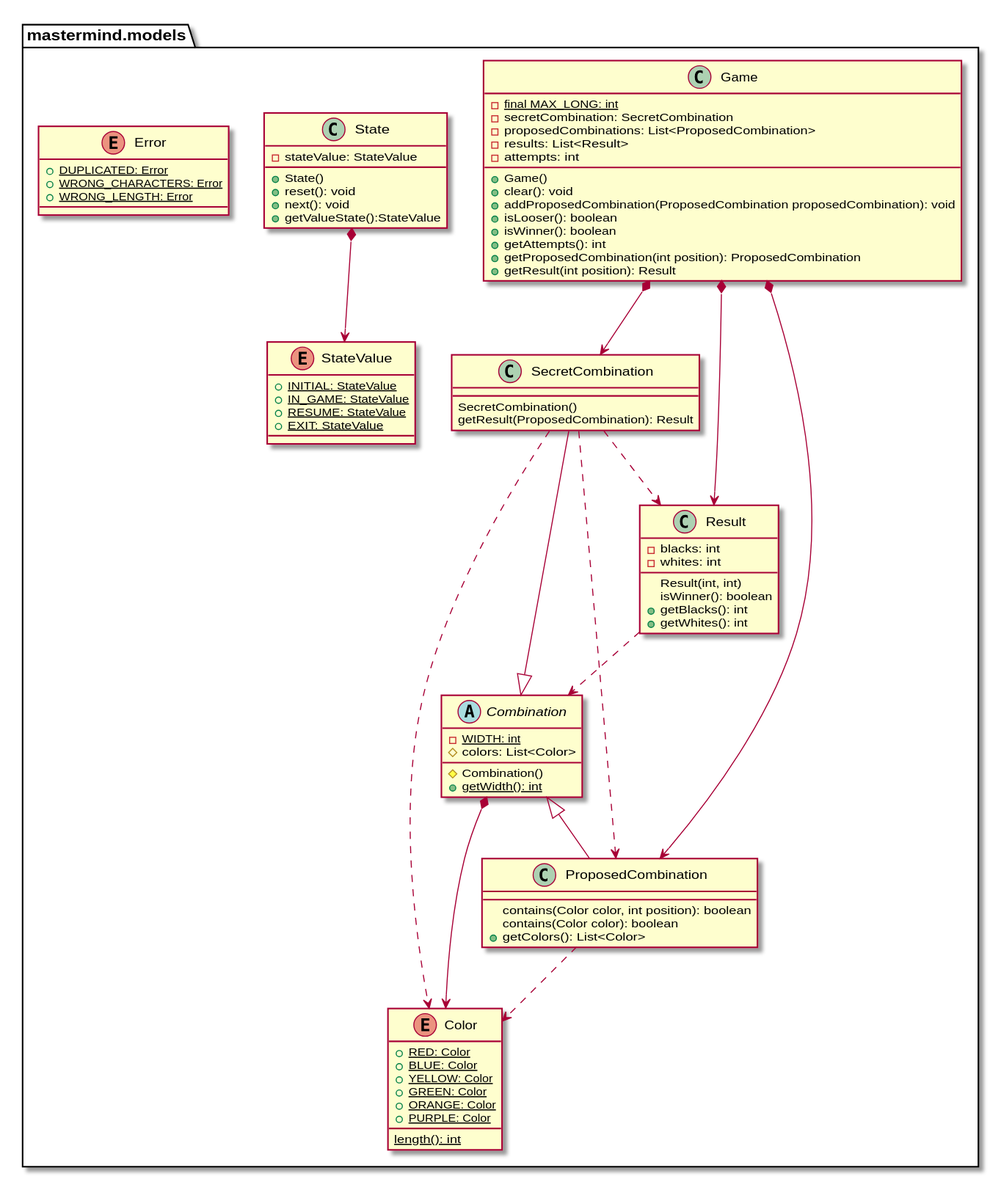
The PlantUML diagram docs/build/docs/asciidoc/images/paqueteMastermindModel.svg in amartinm82/mastermind, before a commit.
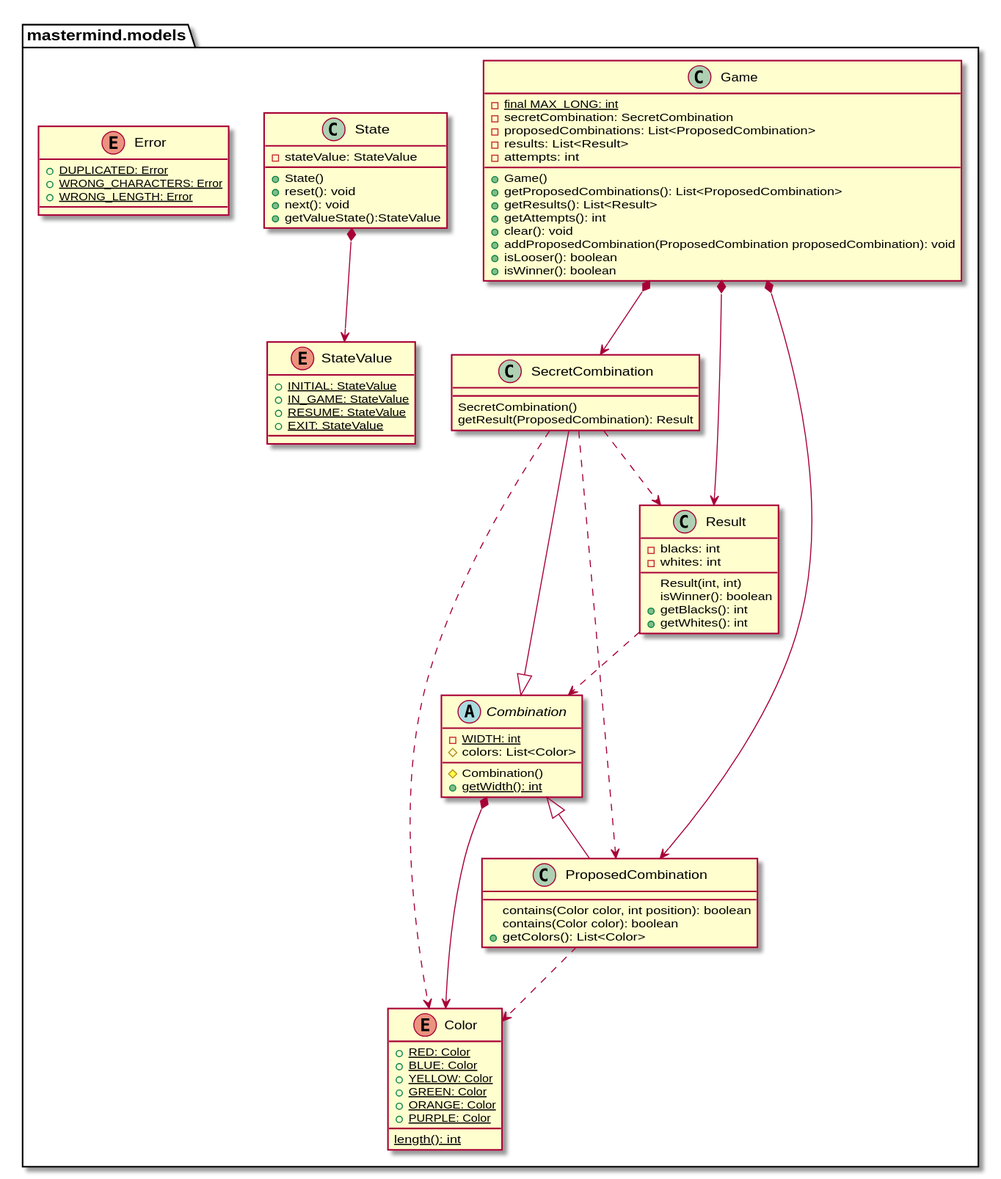
Above is the later version.

What changed in the source:
```diff
@@ -17,13 +17,13 @@
 - results: List<Result>
 - attempts: int
 + Game()
++ getProposedCombinations(): List<ProposedCombination>
++ getResults(): List<Result>
++ getAttempts(): int
 + clear(): void
 + addProposedCombination(ProposedCombination proposedCombination): void
 + isLooser(): boolean
 + isWinner(): boolean
-+ getAttempts(): int
-+ getProposedCombination(int position): ProposedCombination
-+ getResult(int position): Result
 }
 mastermind.models.Game *-down-> mastermind.models.SecretCombination
 mastermind.models.Game *-down-> mastermind.models.Result
```
